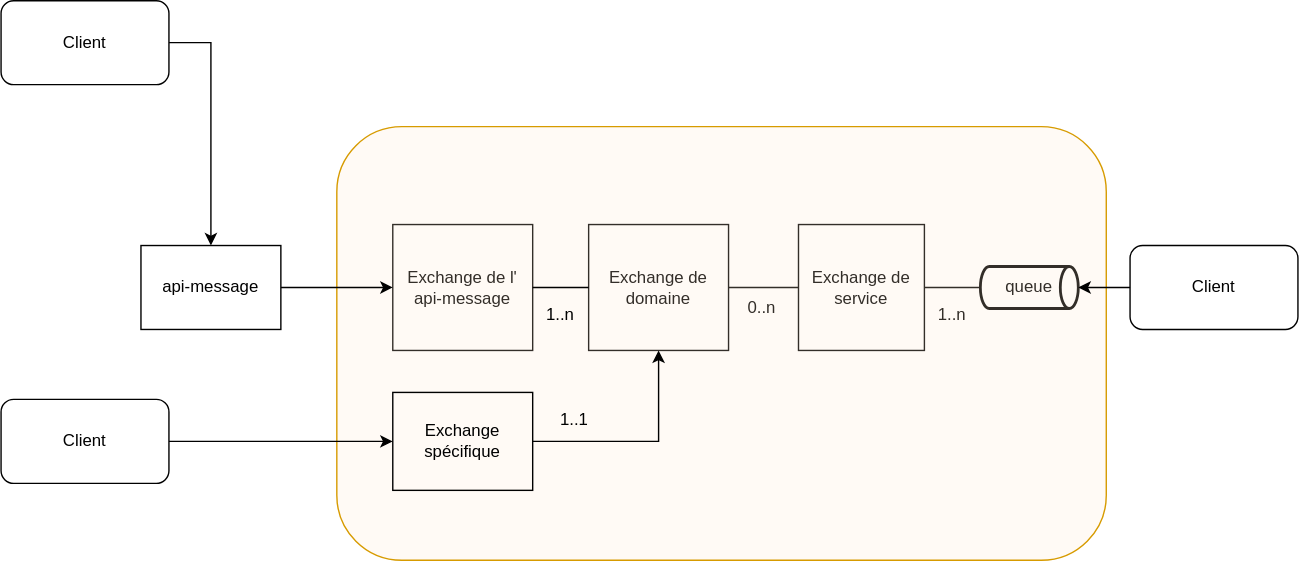
The draw.io diagram drawio/diagramme AR2.drawio.svg in sarraz1/csau, before a commit. Source tidied: cells renumbered, new cells last; positions are measured from the earlier drawing's top-left corner, leaving out a move shared by most shapes. Source of this version:
```xml
<mxGraphModel>
  <root>
    <mxCell id="0" />
    <mxCell id="1" parent="0" />
    <mxCell id="2" value="Exchange de service" style="rounded=0;whiteSpace=wrap;html=1;" parent="1" vertex="1">
      <mxGeometry x="570" y="160" width="90" height="90" as="geometry" />
    </mxCell>
    <mxCell id="3" value="Exchange de domaine" style="rounded=0;whiteSpace=wrap;html=1;" parent="1" vertex="1">
      <mxGeometry x="420" y="160" width="100" height="90" as="geometry" />
    </mxCell>
    <mxCell id="4" value="Exchange de l'&lt;div&gt;api-message&lt;/div&gt;" style="rounded=0;whiteSpace=wrap;html=1;" parent="1" vertex="1">
      <mxGeometry x="280" y="160" width="100" height="90" as="geometry" />
    </mxCell>
    <mxCell id="5" style="endArrow=none;html=1;rounded=0;entryX=0;entryY=0.5;entryDx=0;entryDy=0;exitX=1;exitY=0.5;exitDx=0;exitDy=0;" parent="1" edge="1" source="3" target="2">
      <mxGeometry relative="1" as="geometry" />
    </mxCell>
    <mxCell id="6" value="0..n" style="text;html=1;align=center;verticalAlign=middle;whiteSpace=wrap;rounded=0;" parent="1" vertex="1">
      <mxGeometry x="514" y="205" width="60" height="30" as="geometry" />
    </mxCell>
    <mxCell id="7" value="queue" style="strokeWidth=2;html=1;shape=mxgraph.flowchart.direct_data;whiteSpace=wrap;" parent="1" vertex="1">
      <mxGeometry x="700" y="190" width="70" height="30" as="geometry" />
    </mxCell>
    <mxCell id="8" value="1..n" style="text;html=1;align=center;verticalAlign=middle;whiteSpace=wrap;rounded=0;" parent="1" vertex="1">
      <mxGeometry x="650" y="210" width="60" height="30" as="geometry" />
    </mxCell>
    <mxCell id="9" style="endArrow=none;html=1;rounded=0;entryX=0;entryY=0.5;entryDx=0;entryDy=0;entryPerimeter=0;exitX=1;exitY=0.5;exitDx=0;exitDy=0;" parent="1" edge="1" source="2" target="7">
      <mxGeometry relative="1" as="geometry" />
    </mxCell>
    <mxCell id="10" style="rounded=1;whiteSpace=wrap;html=1;fillColor=#ffe6cc;strokeColor=#d79b00;strokeOpacity=100;fillOpacity=20;" parent="1" vertex="1">
      <mxGeometry x="240" y="90" width="550" height="310" as="geometry" />
    </mxCell>
    <mxCell id="11" style="endArrow=none;html=1;rounded=0;exitX=1;exitY=0.5;exitDx=0;exitDy=0;entryX=0;entryY=0.5;entryDx=0;entryDy=0;" parent="1" edge="1" source="4" target="3">
      <mxGeometry relative="1" as="geometry" />
    </mxCell>
    <mxCell id="12" value="1..n" style="text;html=1;align=center;verticalAlign=middle;whiteSpace=wrap;rounded=0;" parent="1" vertex="1">
      <mxGeometry x="370" y="210" width="60" height="30" as="geometry" />
    </mxCell>
    <mxCell id="13" style="edgeStyle=orthogonalEdgeStyle;rounded=0;jettySize=auto;html=1;" parent="1" edge="1" source="14" target="3">
      <mxGeometry relative="1" as="geometry" />
    </mxCell>
    <mxCell id="14" value="Exchange spécifique" style="rounded=0;whiteSpace=wrap;html=1;fillColor=none;" parent="1" vertex="1">
      <mxGeometry x="280" y="280" width="100" height="70" as="geometry" />
    </mxCell>
    <mxCell id="15" style="edgeStyle=orthogonalEdgeStyle;rounded=0;orthogonalLoop=1;jettySize=auto;html=1;exitX=0.5;exitY=1;exitDx=0;exitDy=0;" parent="1" edge="1" source="14" target="14">
      <mxGeometry relative="1" as="geometry" />
    </mxCell>
    <mxCell id="16" style="edgeStyle=orthogonalEdgeStyle;rounded=0;jettySize=auto;html=1;" parent="1" edge="1" source="17" target="4">
      <mxGeometry relative="1" as="geometry" />
    </mxCell>
    <mxCell id="17" value="api-message" style="rounded=0;whiteSpace=wrap;html=1;" parent="1" vertex="1">
      <mxGeometry x="100" y="175" width="100" height="60" as="geometry" />
    </mxCell>
    <mxCell id="18" style="edgeStyle=orthogonalEdgeStyle;rounded=0;jettySize=auto;html=1;exitX=1;exitY=0.5;exitDx=0;exitDy=0;" parent="1" edge="1" source="19" target="17">
      <mxGeometry relative="1" as="geometry" />
    </mxCell>
    <mxCell id="19" value="Client" style="rounded=1;whiteSpace=wrap;html=1;" parent="1" vertex="1">
      <mxGeometry width="120" height="60" as="geometry" />
    </mxCell>
    <mxCell id="20" style="edgeStyle=orthogonalEdgeStyle;rounded=0;jettySize=auto;html=1;exitX=1;exitY=0.5;exitDx=0;exitDy=0;" parent="1" edge="1" source="21" target="14">
      <mxGeometry relative="1" as="geometry" />
    </mxCell>
    <mxCell id="21" value="Client" style="rounded=1;whiteSpace=wrap;html=1;" parent="1" vertex="1">
      <mxGeometry y="285" width="120" height="60" as="geometry" />
    </mxCell>
    <mxCell id="22" value="1..1" style="text;html=1;align=center;verticalAlign=middle;whiteSpace=wrap;rounded=0;" parent="1" vertex="1">
      <mxGeometry x="380" y="285" width="60" height="30" as="geometry" />
    </mxCell>
    <mxCell id="23" value="Client" style="rounded=1;whiteSpace=wrap;html=1;" parent="1" vertex="1">
      <mxGeometry x="807" y="175" width="120" height="60" as="geometry" />
    </mxCell>
    <mxCell id="24" style="edgeStyle=orthogonalEdgeStyle;rounded=0;jettySize=auto;html=1;entryX=1;entryY=0.5;entryDx=0;entryDy=0;entryPerimeter=0;" parent="1" edge="1" source="23" target="7">
      <mxGeometry relative="1" as="geometry" />
    </mxCell>
  </root>
</mxGraphModel>
```
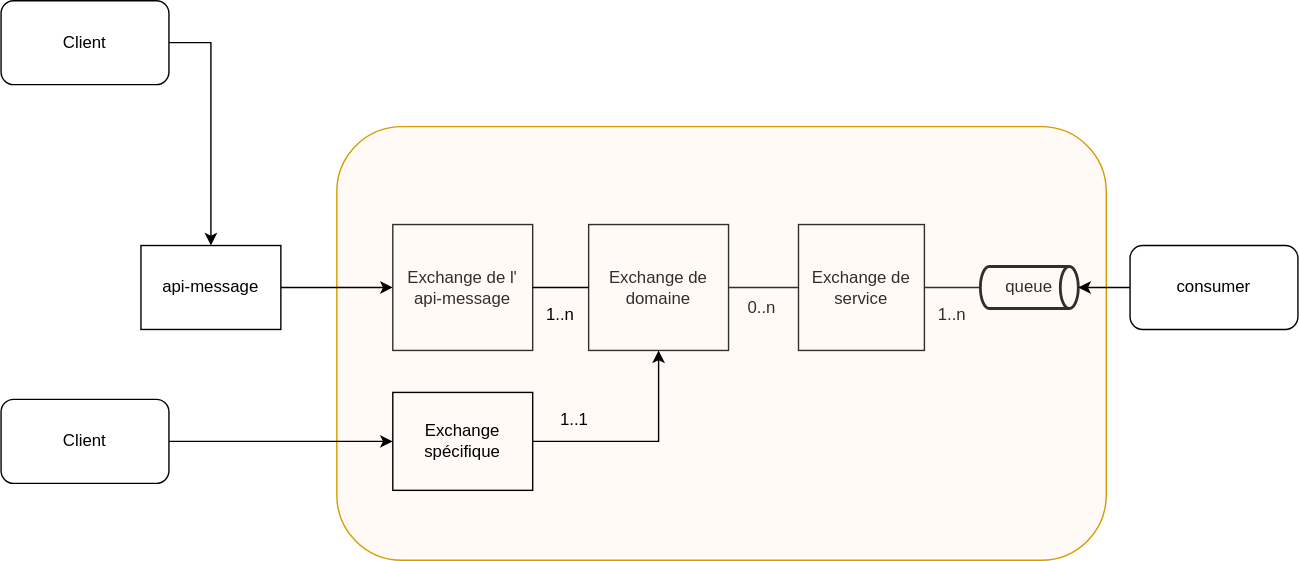
After the change.

The edit, as a diff of the source:
```diff
@@ -65,7 +65,7 @@
     <mxCell id="22" value="1..1" style="text;html=1;align=center;verticalAlign=middle;whiteSpace=wrap;rounded=0;" parent="1" vertex="1">
       <mxGeometry x="380" y="285" width="60" height="30" as="geometry" />
     </mxCell>
-    <mxCell id="23" value="Client" style="rounded=1;whiteSpace=wrap;html=1;" parent="1" vertex="1">
+    <mxCell id="23" value="consumer" style="rounded=1;whiteSpace=wrap;html=1;" parent="1" vertex="1">
       <mxGeometry x="807" y="175" width="120" height="60" as="geometry" />
     </mxCell>
     <mxCell id="24" style="edgeStyle=orthogonalEdgeStyle;rounded=0;jettySize=auto;html=1;entryX=1;entryY=0.5;entryDx=0;entryDy=0;entryPerimeter=0;" parent="1" edge="1" source="23" target="7">
```
